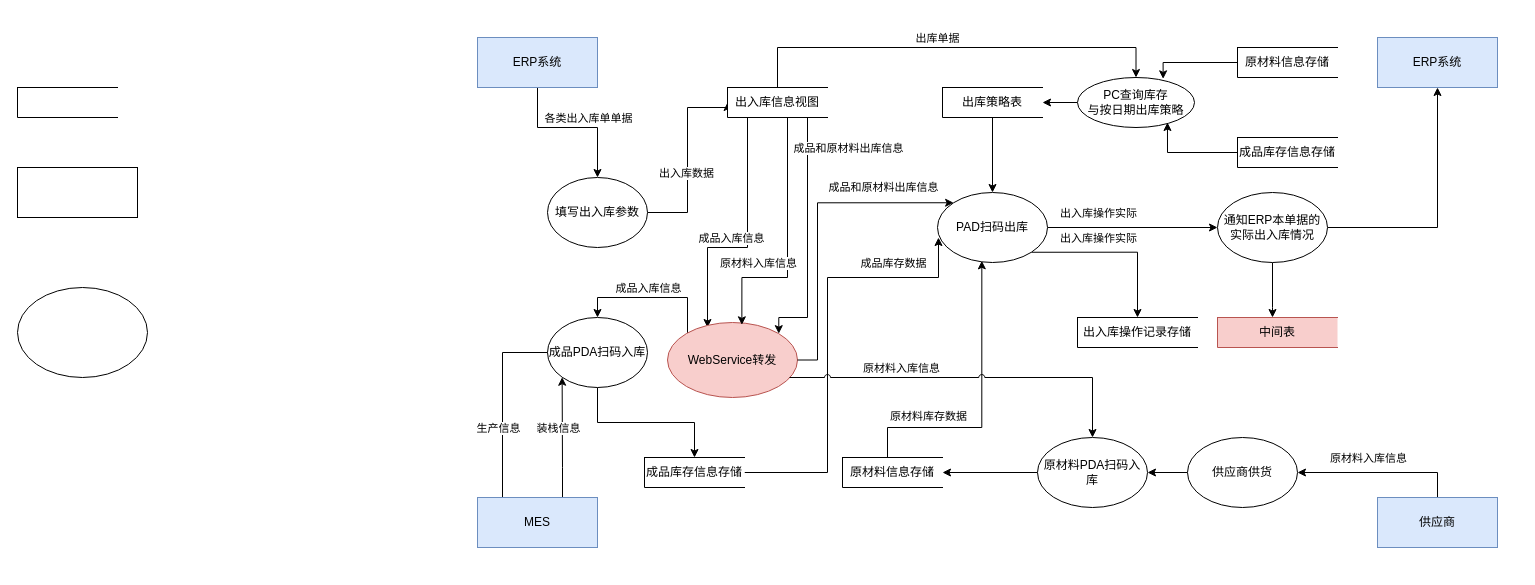
Earlier version of the draw.io diagram wms数据流图.drawio (177-Liukuan/MyPicture). Source tidied: cells renumbered, new cells numbered last; positions are measured from the earlier drawing's top-left corner, leaving out a move shared by most shapes. Both pictures are drawn from the tidied source at 100%, with x=0, y=0 at pixel (17, 37).
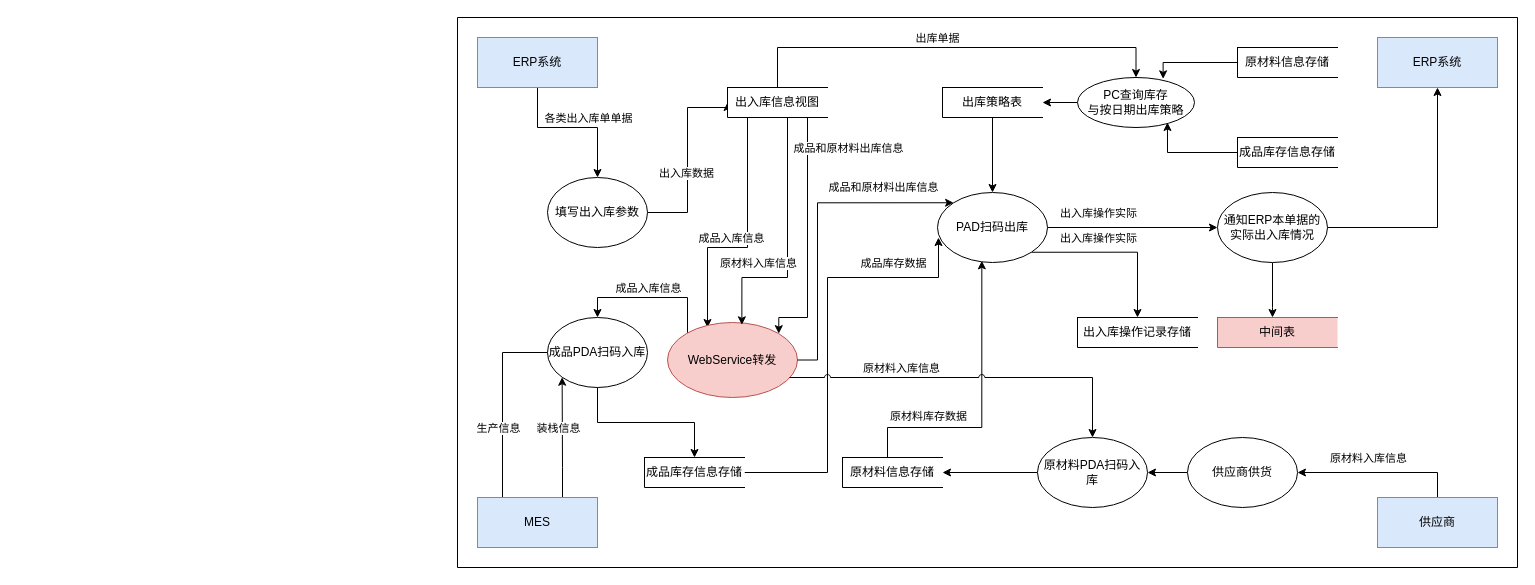
The same page after the edit.

Commit message:
更新wms数据流图.drawio

Diff of the diagram source:
```diff
@@
-    <mxCell id="2" style="html=1;dashed=0;whiteSpace=wrap;shape=partialRectangle;right=0;" parent="1" vertex="1">
-      <mxGeometry y="50" width="100" height="30" as="geometry" />
-    </mxCell>
-    <mxCell id="3" style="ellipse;whiteSpace=wrap;html=1;" parent="1" vertex="1">
-      <mxGeometry y="250" width="130" height="90" as="geometry" />
-    </mxCell>
-    <mxCell id="4" style="rounded=0;whiteSpace=wrap;html=1;" parent="1" vertex="1">
-      <mxGeometry y="130" width="120" height="50" as="geometry" />
-    </mxCell>
@@
+    <mxCell id="66" style="swimlane;startSize=0;" parent="1" vertex="1">
+      <mxGeometry x="440" y="-20" width="1060" height="550" as="geometry" />
+    </mxCell>
```
